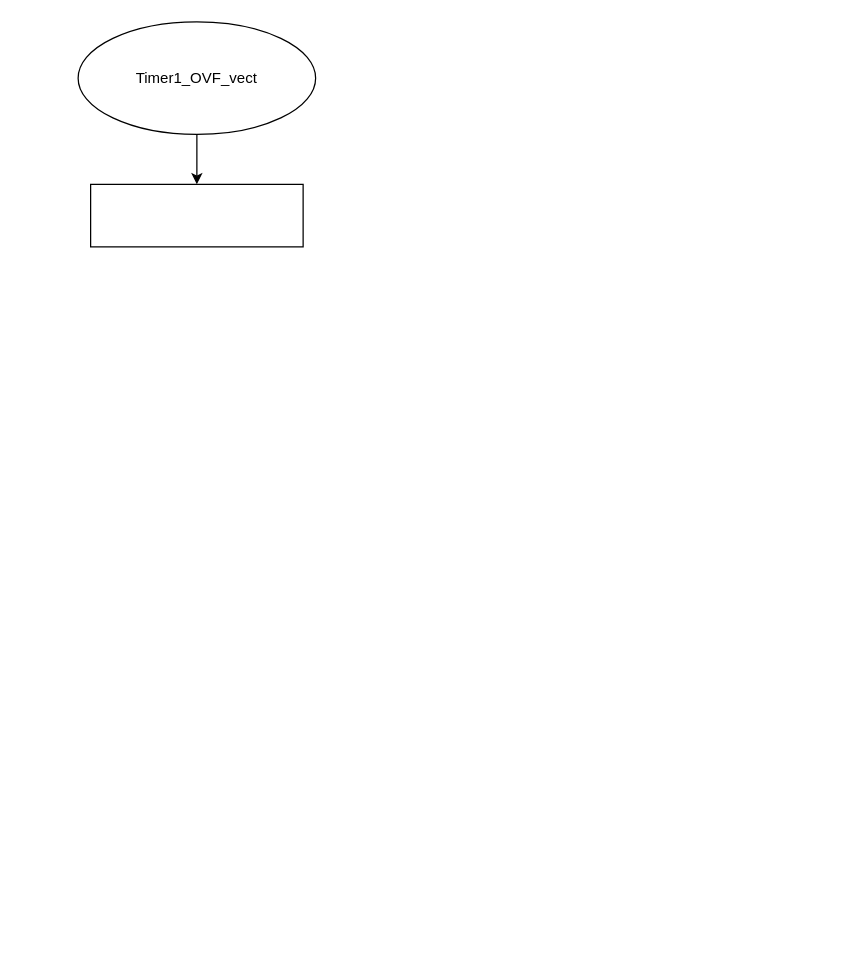
Earlier version of the draw.io diagram lab7.drawio (LukerCZ/Flowcharts). Source tidied: cells renumbered, new cells numbered last; positions are measured from the earlier drawing's top-left corner, leaving out a move shared by most shapes. Both pictures are drawn from the tidied source at 125%, with x=0, y=0 at pixel (78, 21).
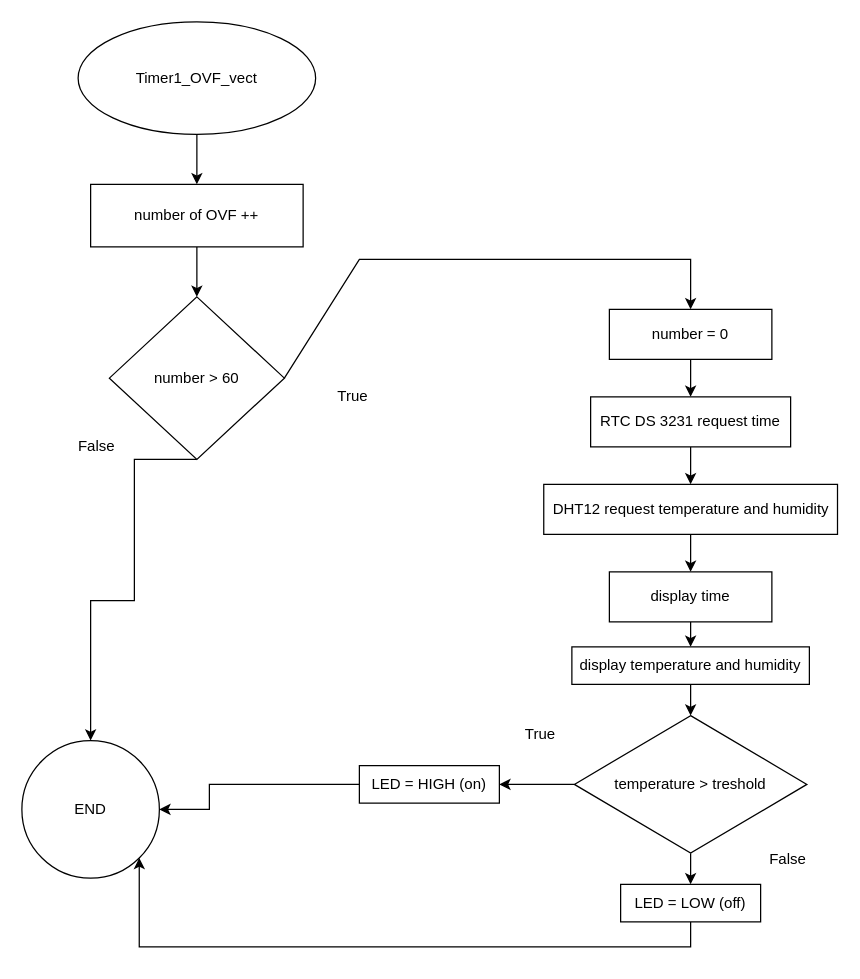
After the change.

Unchanged cells that the change refers to:
```xml
<mxCell id="2" value="Timer1_OVF_vect" style="ellipse;whiteSpace=wrap;html=1;" parent="1" vertex="1">
  <mxGeometry width="190" height="90" as="geometry" />
</mxCell>
```

Change to the diagram source:
```diff
@@
-    <mxCell id="3" style="endArrow=classic;html=1;rounded=0;exitX=0.5;exitY=1;exitDx=0;exitDy=0;" parent="1" edge="1" source="2">
-      <mxGeometry relative="1" as="geometry">
-        <mxPoint x="95" y="130" as="targetPoint" />
-      </mxGeometry>
+    <mxCell id="3" style="endArrow=classic;html=1;rounded=0;exitX=0.5;exitY=1;exitDx=0;exitDy=0;entryX=0.5;entryY=0;entryDx=0;entryDy=0;" parent="1" edge="1" source="2" target="4">
+      <mxGeometry relative="1" as="geometry" />
     </mxCell>
+    <mxCell id="5" style="edgeStyle=orthogonalEdgeStyle;rounded=0;jettySize=auto;html=1;exitX=0.5;exitY=1;exitDx=0;exitDy=0;entryX=0.5;entryY=0;entryDx=0;entryDy=0;" parent="1" edge="1" source="4" target="7">
+      <mxGeometry relative="1" as="geometry" />
+    </mxCell>
-    <mxCell id="4" style="rounded=0;whiteSpace=wrap;html=1;" parent="1" vertex="1">
+    <mxCell id="4" value="number of OVF ++" style="rounded=0;whiteSpace=wrap;html=1;" parent="1" vertex="1">
       <mxGeometry x="10" y="130" width="170" height="50" as="geometry" />
     </mxCell>
+    <mxCell id="6" style="edgeStyle=orthogonalEdgeStyle;rounded=0;jettySize=auto;html=1;exitX=0.5;exitY=1;exitDx=0;exitDy=0;entryX=0.5;entryY=0;entryDx=0;entryDy=0;" parent="1" edge="1" source="7" target="12">
+      <mxGeometry relative="1" as="geometry">
+        <Array as="points">
+          <mxPoint x="45" y="350" />
+          <mxPoint x="45" y="463" />
+          <mxPoint x="10" y="463" />
+        </Array>
+      </mxGeometry>
+    </mxCell>
+    <mxCell id="7" value="number &amp;gt; 60" style="rhombus;whiteSpace=wrap;html=1;" parent="1" vertex="1">
+      <mxGeometry x="25" y="220" width="140" height="130" as="geometry" />
+    </mxCell>
+    <mxCell id="8" style="edgeStyle=orthogonalEdgeStyle;rounded=0;jettySize=auto;html=1;exitX=0.5;exitY=1;exitDx=0;exitDy=0;entryX=0.5;entryY=0;entryDx=0;entryDy=0;" parent="1" edge="1" source="9" target="14">
+      <mxGeometry relative="1" as="geometry" />
+    </mxCell>
+    <mxCell id="9" value="number = 0" style="rounded=0;whiteSpace=wrap;html=1;" parent="1" vertex="1">
+      <mxGeometry x="425" y="230" width="130" height="40" as="geometry" />
+    </mxCell>
+    <mxCell id="10" value="True" style="text;html=1;strokeColor=none;fillColor=none;align=center;verticalAlign=middle;whiteSpace=wrap;rounded=0;" parent="1" vertex="1">
+      <mxGeometry x="180" y="280" width="80" height="40" as="geometry" />
+    </mxCell>
+    <mxCell id="11" value="False" style="text;html=1;strokeColor=none;fillColor=none;align=center;verticalAlign=middle;whiteSpace=wrap;rounded=0;" parent="1" vertex="1">
+      <mxGeometry x="-25" y="320" width="80" height="40" as="geometry" />
+    </mxCell>
+    <mxCell id="12" value="END" style="ellipse;whiteSpace=wrap;html=1;" parent="1" vertex="1">
+      <mxGeometry x="-45" y="575" width="110" height="110" as="geometry" />
+    </mxCell>
+    <mxCell id="13" style="edgeStyle=orthogonalEdgeStyle;rounded=0;jettySize=auto;html=1;exitX=0.5;exitY=1;exitDx=0;exitDy=0;entryX=0.5;entryY=0;entryDx=0;entryDy=0;" parent="1" edge="1" source="14" target="16">
+      <mxGeometry relative="1" as="geometry" />
+    </mxCell>
+    <mxCell id="14" value="RTC DS 3231 request time" style="rounded=0;whiteSpace=wrap;html=1;" parent="1" vertex="1">
+      <mxGeometry x="410" y="300" width="160" height="40" as="geometry" />
+    </mxCell>
+    <mxCell id="15" style="edgeStyle=orthogonalEdgeStyle;rounded=0;jettySize=auto;html=1;exitX=0.5;exitY=1;exitDx=0;exitDy=0;entryX=0.5;entryY=0;entryDx=0;entryDy=0;" parent="1" edge="1" source="16" target="18">
+      <mxGeometry relative="1" as="geometry" />
+    </mxCell>
+    <mxCell id="16" value="DHT12 request temperature and humidity" style="rounded=0;whiteSpace=wrap;html=1;" parent="1" vertex="1">
+      <mxGeometry x="372.5" y="370" width="235" height="40" as="geometry" />
+    </mxCell>
+    <mxCell id="17" style="edgeStyle=orthogonalEdgeStyle;rounded=0;jettySize=auto;html=1;exitX=0.5;exitY=1;exitDx=0;exitDy=0;entryX=0.5;entryY=0;entryDx=0;entryDy=0;" parent="1" edge="1" source="18" target="20">
+      <mxGeometry relative="1" as="geometry" />
+    </mxCell>
+    <mxCell id="18" value="display time" style="rounded=0;whiteSpace=wrap;html=1;" parent="1" vertex="1">
+      <mxGeometry x="425" y="440" width="130" height="40" as="geometry" />
+    </mxCell>
+    <mxCell id="19" style="edgeStyle=orthogonalEdgeStyle;rounded=0;jettySize=auto;html=1;exitX=0.5;exitY=1;exitDx=0;exitDy=0;entryX=0.5;entryY=0;entryDx=0;entryDy=0;" parent="1" edge="1" source="20" target="23">
+      <mxGeometry relative="1" as="geometry" />
+    </mxCell>
+    <mxCell id="20" value="display temperature and humidity" style="rounded=0;whiteSpace=wrap;html=1;" parent="1" vertex="1">
+      <mxGeometry x="395" y="500" width="190" height="30" as="geometry" />
+    </mxCell>
+    <mxCell id="21" style="edgeStyle=orthogonalEdgeStyle;rounded=0;jettySize=auto;html=1;exitX=0.5;exitY=1;exitDx=0;exitDy=0;entryX=0.5;entryY=0;entryDx=0;entryDy=0;" parent="1" edge="1" source="23" target="26">
+      <mxGeometry relative="1" as="geometry" />
+    </mxCell>
+    <mxCell id="22" style="edgeStyle=orthogonalEdgeStyle;rounded=0;jettySize=auto;html=1;exitX=0;exitY=0.5;exitDx=0;exitDy=0;entryX=1;entryY=0.5;entryDx=0;entryDy=0;" parent="1" edge="1" source="23" target="28">
+      <mxGeometry relative="1" as="geometry" />
+    </mxCell>
+    <mxCell id="23" value="temperature &amp;gt; treshold" style="rhombus;whiteSpace=wrap;html=1;" parent="1" vertex="1">
+      <mxGeometry x="397" y="555" width="186" height="110" as="geometry" />
+    </mxCell>
+    <mxCell id="24" style="endArrow=classic;html=1;rounded=0;entryX=0.5;entryY=0;entryDx=0;entryDy=0;exitX=1;exitY=0.5;exitDx=0;exitDy=0;" parent="1" edge="1" source="7" target="9">
+      <mxGeometry relative="1" as="geometry">
+        <Array as="points">
+          <mxPoint x="225" y="190" />
+          <mxPoint x="490" y="190" />
+        </Array>
+      </mxGeometry>
+    </mxCell>
+    <mxCell id="25" style="edgeStyle=orthogonalEdgeStyle;rounded=0;jettySize=auto;html=1;exitX=0.5;exitY=1;exitDx=0;exitDy=0;entryX=1;entryY=1;entryDx=0;entryDy=0;" parent="1" edge="1" source="26" target="12">
+      <mxGeometry relative="1" as="geometry" />
+    </mxCell>
+    <mxCell id="26" value="LED = LOW (off)" style="rounded=0;whiteSpace=wrap;html=1;" parent="1" vertex="1">
+      <mxGeometry x="434" y="690" width="112" height="30" as="geometry" />
+    </mxCell>
+    <mxCell id="27" style="edgeStyle=orthogonalEdgeStyle;rounded=0;jettySize=auto;html=1;exitX=0;exitY=0.5;exitDx=0;exitDy=0;entryX=1;entryY=0.5;entryDx=0;entryDy=0;" parent="1" edge="1" source="28" target="12">
+      <mxGeometry relative="1" as="geometry">
+        <Array as="points">
+          <mxPoint x="105" y="610" />
+          <mxPoint x="105" y="630" />
+        </Array>
+      </mxGeometry>
+    </mxCell>
+    <mxCell id="28" value="LED = HIGH (on)" style="rounded=0;whiteSpace=wrap;html=1;" parent="1" vertex="1">
+      <mxGeometry x="225" y="595" width="112" height="30" as="geometry" />
+    </mxCell>
+    <mxCell id="29" value="False" style="text;html=1;strokeColor=none;fillColor=none;align=center;verticalAlign=middle;whiteSpace=wrap;rounded=0;" parent="1" vertex="1">
+      <mxGeometry x="527.5" y="655" width="80" height="30" as="geometry" />
+    </mxCell>
+    <mxCell id="30" value="True" style="text;html=1;strokeColor=none;fillColor=none;align=center;verticalAlign=middle;whiteSpace=wrap;rounded=0;" parent="1" vertex="1">
+      <mxGeometry x="330" y="550" width="80" height="40" as="geometry" />
+    </mxCell>
```
